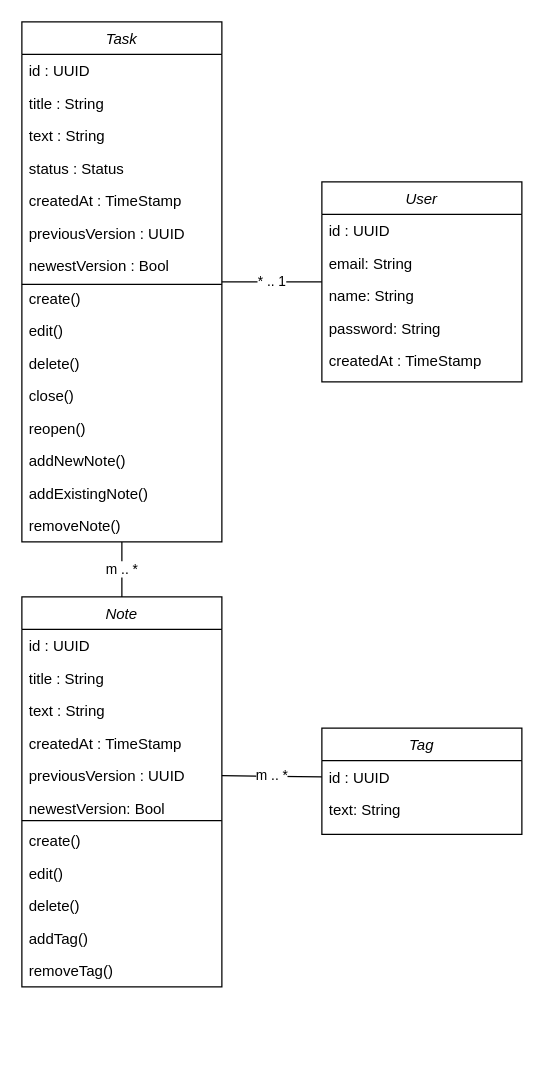
Above: design/classes.drawio in denestoth/simplenotes (draw.io), before the change. Source tidied: cells renumbered, new cells numbered last; positions are measured from the earlier drawing's top-left corner, leaving out a move shared by most shapes. Both pictures are drawn from the tidied source at 125%, with x=0, y=0 at pixel (21, 21).
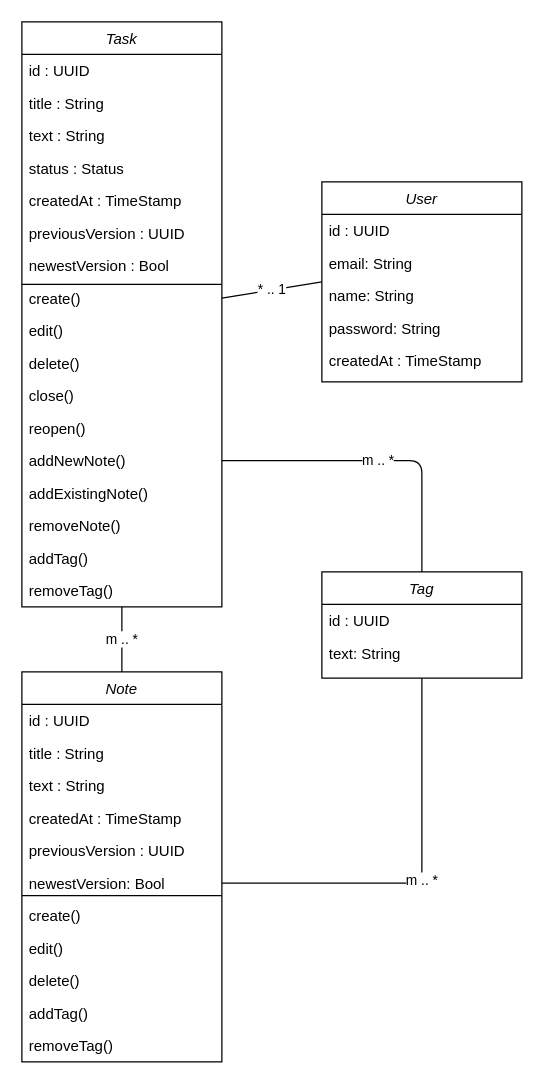
The same diagram, later.

Unchanged cells that the change refers to:
```xml
<mxCell id="16" value="addNewNote()" style="text;align=left;verticalAlign=top;spacingLeft=4;spacingRight=4;overflow=hidden;points=[[0,0.5],[1,0.5]];portConstraint=eastwest;rounded=0;shadow=0;html=0;" parent="2" vertex="1">
  <mxGeometry y="338" width="160" height="26" as="geometry" />
</mxCell>
<mxCell id="24" value="previousVersion : UUID" style="text;align=left;verticalAlign=top;spacingLeft=4;spacingRight=4;overflow=hidden;points=[[0,0.5],[1,0.5]];portConstraint=eastwest;rounded=0;shadow=0;html=0;" parent="19" vertex="1">
  <mxGeometry y="130" width="160" height="26" as="geometry" />
</mxCell>
<mxCell id="26" value="newestVersion: Bool" style="text;align=left;verticalAlign=top;spacingLeft=4;spacingRight=4;overflow=hidden;points=[[0,0.5],[1,0.5]];portConstraint=eastwest;rounded=0;shadow=0;html=0;" parent="19" vertex="1">
  <mxGeometry y="156" width="160" height="26" as="geometry" />
</mxCell>
<mxCell id="41" value="id : UUID" style="text;align=left;verticalAlign=top;spacingLeft=4;spacingRight=4;overflow=hidden;points=[[0,0.5],[1,0.5]];portConstraint=eastwest;" parent="40" vertex="1">
  <mxGeometry y="26" width="160" height="26" as="geometry" />
</mxCell>
```

Change to the diagram source:
```diff
@@
     <mxCell id="2" value="Task" style="swimlane;fontStyle=2;align=center;verticalAlign=top;horizontal=1;startSize=26;rounded=0;shadow=0;strokeWidth=1;" parent="1" vertex="1">
-      <mxGeometry width="160" height="416" as="geometry" />
+      <mxGeometry width="160" height="468" as="geometry" />
     </mxCell>
@@
+    <mxCell id="44" value="removeNote()" style="text;align=left;verticalAlign=top;spacingLeft=4;spacingRight=4;overflow=hidden;rounded=0;shadow=0;html=0;" parent="2" vertex="1">
+      <mxGeometry y="390" width="160" height="26" as="geometry" />
+    </mxCell>
+    <mxCell id="45" value="addTag()" style="text;align=left;verticalAlign=top;spacingLeft=4;spacingRight=4;overflow=hidden;rounded=0;shadow=0;html=0;" parent="2" vertex="1">
+      <mxGeometry y="416" width="160" height="26" as="geometry" />
+    </mxCell>
-    <mxCell id="18" value="removeNote()" style="text;align=left;verticalAlign=top;spacingLeft=4;spacingRight=4;overflow=hidden;rounded=0;shadow=0;html=0;" parent="2" vertex="1">
-      <mxGeometry y="390" width="160" height="26" as="geometry" />
+    <mxCell id="18" value="removeTag()" style="text;align=left;verticalAlign=top;spacingLeft=4;spacingRight=4;overflow=hidden;rounded=0;shadow=0;html=0;" parent="2" vertex="1">
+      <mxGeometry y="442" width="160" height="26" as="geometry" />
     </mxCell>
     <mxCell id="19" value="Note" style="swimlane;fontStyle=2;align=center;verticalAlign=top;horizontal=1;startSize=26;rounded=0;shadow=0;strokeWidth=1;" parent="1" vertex="1">
-      <mxGeometry y="460" width="160" height="312" as="geometry" />
+      <mxGeometry y="520" width="160" height="312" as="geometry" />
     </mxCell>
@@
     <mxCell id="40" value="Tag" style="swimlane;fontStyle=2;align=center;verticalAlign=top;horizontal=1;startSize=26;rounded=0;shadow=0;strokeWidth=1;" parent="1" vertex="1">
-      <mxGeometry x="240" y="565" width="160" height="85" as="geometry" />
+      <mxGeometry x="240" y="440" width="160" height="85" as="geometry" />
     </mxCell>
@@
-    <mxCell id="43" value="m .. *" style="endArrow=none;html=1;exitX=1;exitY=0.5;exitDx=0;exitDy=0;entryX=0;entryY=0.5;entryDx=0;entryDy=0;" parent="1" edge="1" source="24" target="41">
-      <mxGeometry relative="1" as="geometry" />
+    <mxCell id="43" value="m .. *" style="endArrow=none;html=1;entryX=0.5;entryY=1;entryDx=0;entryDy=0;exitX=1;exitY=0.5;exitDx=0;exitDy=0;" parent="1" edge="1" source="26" target="40">
+      <mxGeometry relative="1" as="geometry">
+        <Array as="points">
+          <mxPoint x="320" y="689" />
+        </Array>
+      </mxGeometry>
     </mxCell>
+    <mxCell id="46" value="m .. *" style="endArrow=none;html=1;entryX=0.5;entryY=0;entryDx=0;entryDy=0;exitX=1;exitY=0.5;exitDx=0;exitDy=0;" parent="1" edge="1" source="16" target="40">
+      <mxGeometry relative="1" as="geometry">
+        <Array as="points">
+          <mxPoint x="320" y="351" />
+        </Array>
+      </mxGeometry>
+    </mxCell>
```
